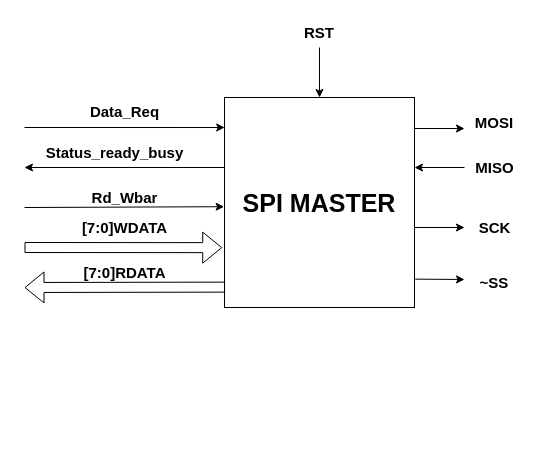
Earlier version of the draw.io diagram Untitled Diagram.drawio (amiteshkr63/SPI_Design_System_Verilog). Source tidied: cells renumbered, new cells numbered last; positions are measured from the earlier drawing's top-left corner, leaving out a move shared by most shapes. Both pictures are drawn from the tidied source at 100%, with x=0, y=0 at pixel (24, 17).
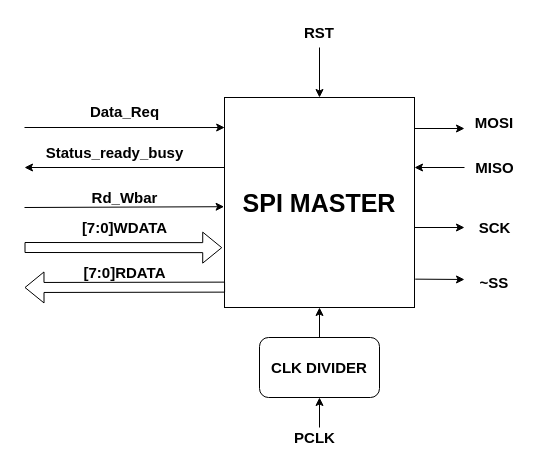
Above is the later version.

Unchanged cells that the change refers to:
```xml
<mxCell id="2" value="&lt;b&gt;&lt;font style=&quot;font-size: 25px;&quot;&gt;SPI MASTER&lt;/font&gt;&lt;/b&gt;" style="rounded=0;whiteSpace=wrap;html=1;" parent="1" vertex="1">
  <mxGeometry x="200" y="80" width="190" height="210" as="geometry" />
</mxCell>
```

Change to the diagram source:
```diff
@@
+    <mxCell id="23" style="endArrow=classic;html=1;rounded=0;shadow=0;fontSize=15;entryX=0.5;entryY=1;entryDx=0;entryDy=0;" parent="1" edge="1" target="2">
+      <mxGeometry relative="1" as="geometry">
+        <mxPoint x="295" y="320" as="sourcePoint" />
+      </mxGeometry>
+    </mxCell>
+    <mxCell id="24" value="&lt;b&gt;CLK DIVIDER&lt;/b&gt;" style="rounded=1;whiteSpace=wrap;html=1;fontSize=15;" parent="1" vertex="1">
+      <mxGeometry x="235" y="320" width="120" height="60" as="geometry" />
+    </mxCell>
+    <mxCell id="25" style="endArrow=classic;html=1;rounded=0;shadow=0;fontSize=15;entryX=0.5;entryY=1;entryDx=0;entryDy=0;" parent="1" edge="1" target="24">
+      <mxGeometry relative="1" as="geometry">
+        <mxPoint x="295" y="410" as="sourcePoint" />
+      </mxGeometry>
+    </mxCell>
+    <mxCell id="26" value="&lt;b&gt;PCLK&lt;/b&gt;" style="text;html=1;align=center;verticalAlign=middle;strokeColor=none;fillColor=none;fontSize=15;" parent="1" vertex="1">
+      <mxGeometry x="260" y="405" width="60" height="30" as="geometry" />
+    </mxCell>
```
